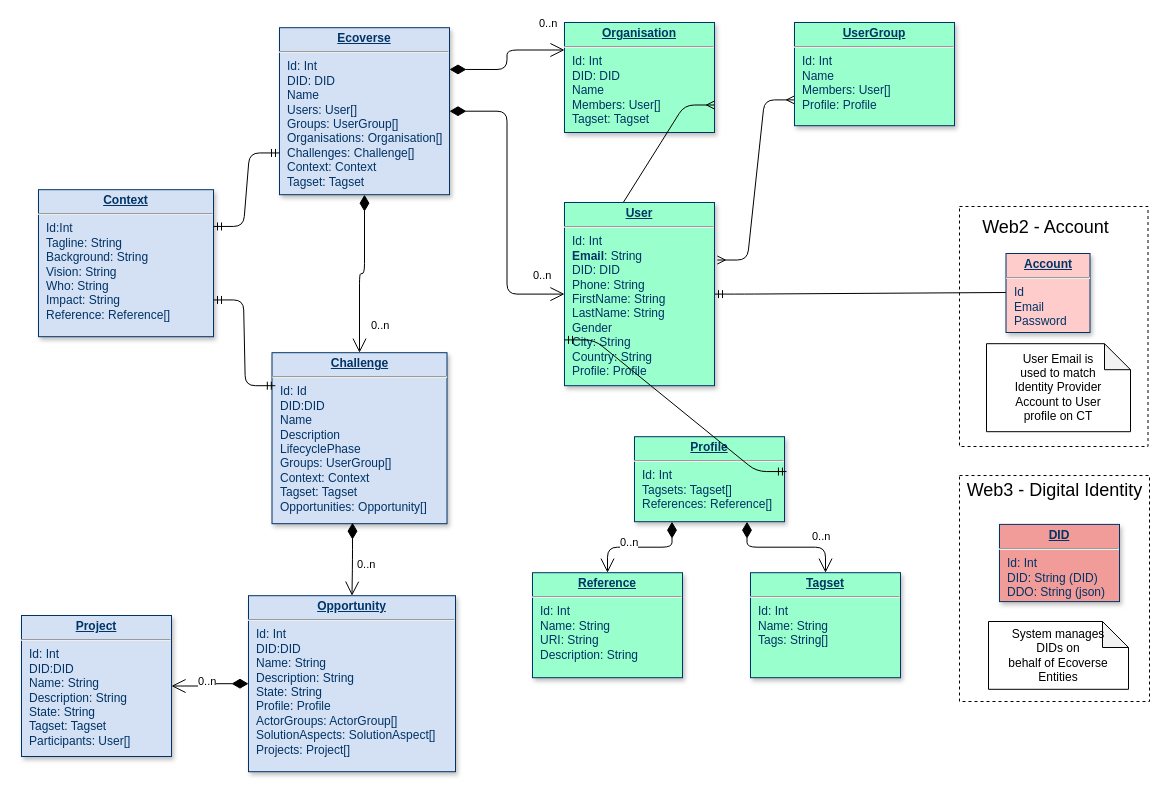
The draw.io diagram Design/LogicalDataModel.drawio in alkem-io/alkemio, before the edit. Source tidied: cells renumbered, new cells numbered last; positions are measured from the earlier drawing's top-left corner, leaving out a move shared by most shapes. Both pictures are drawn from the tidied source at 100%, with x=0, y=0 at pixel (21, 22).
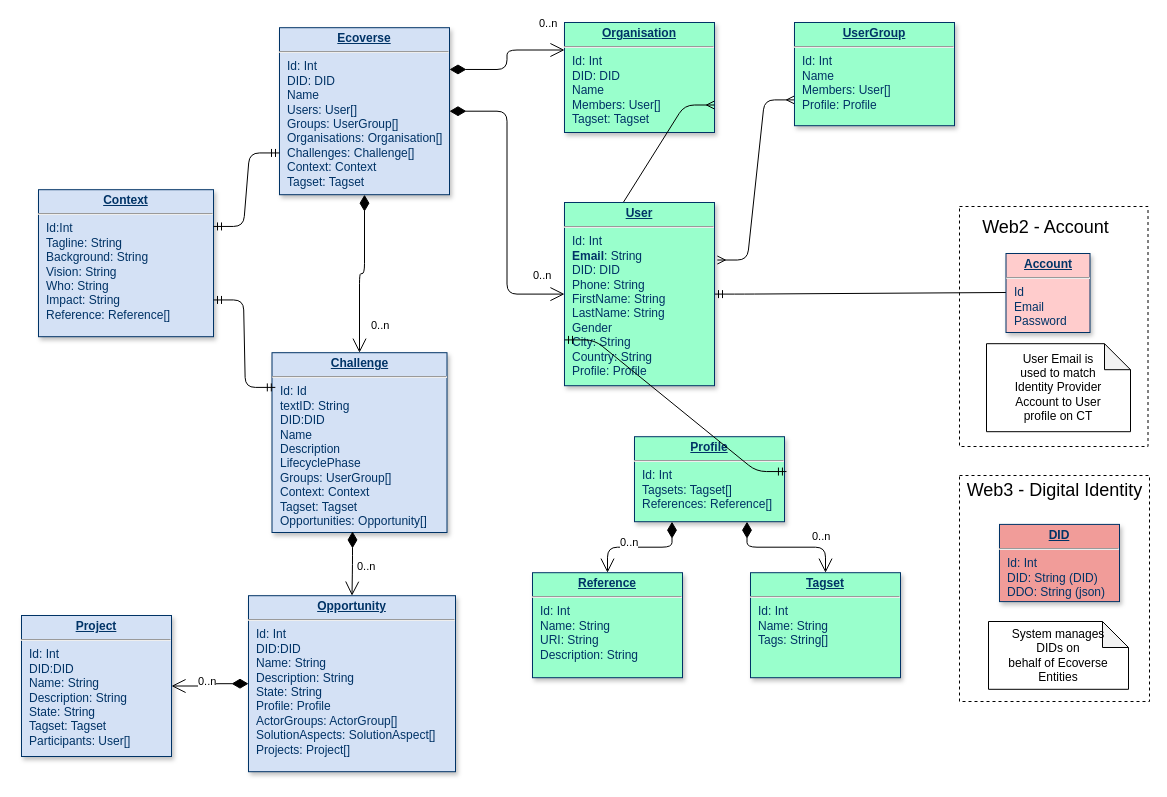
Above is the later version.

Commit message (it also covers changes not shown here):
update to add textID field to Challenge

Diff of the diagram source:
```diff
@@
-    <mxCell id="4" value="&lt;p style=&quot;margin: 0px ; margin-top: 4px ; text-align: center ; text-decoration: underline&quot;&gt;&lt;strong&gt;Challenge&lt;/strong&gt;&lt;/p&gt;&lt;hr&gt;&lt;p style=&quot;margin: 0px ; margin-left: 8px&quot;&gt;Id: Id&lt;/p&gt;&lt;p style=&quot;margin: 0px ; margin-left: 8px&quot;&gt;DID:DID&lt;/p&gt;&lt;p style=&quot;margin: 0px ; margin-left: 8px&quot;&gt;Name&lt;/p&gt;&lt;p style=&quot;margin: 0px ; margin-left: 8px&quot;&gt;Description&lt;/p&gt;&lt;p style=&quot;margin: 0px ; margin-left: 8px&quot;&gt;LifecyclePhase&lt;/p&gt;&lt;p style=&quot;margin: 0px 0px 0px 8px&quot;&gt;&lt;span&gt;Groups: UserGroup[]&lt;/span&gt;&lt;br&gt;&lt;/p&gt;&lt;p style=&quot;margin: 0px 0px 0px 8px&quot;&gt;&lt;span&gt;Context: Context&lt;/span&gt;&lt;/p&gt;&lt;p style=&quot;margin: 0px 0px 0px 8px&quot;&gt;&lt;span&gt;Tagset: Tagset&lt;/span&gt;&lt;/p&gt;&lt;p style=&quot;margin: 0px 0px 0px 8px&quot;&gt;&lt;span&gt;Opportunities: Opportunity[]&lt;/span&gt;&lt;/p&gt;&lt;div&gt;&lt;span&gt;&lt;br&gt;&lt;/span&gt;&lt;/div&gt;" style="verticalAlign=top;align=left;overflow=fill;fontSize=12;fontFamily=Helvetica;html=1;strokeColor=#003366;shadow=1;fillColor=#D4E1F5;fontColor=#003366;" parent="1" vertex="1">
-      <mxGeometry x="250.5" y="330.2" width="175" height="171" as="geometry" />
+    <mxCell id="4" value="&lt;p style=&quot;margin: 0px ; margin-top: 4px ; text-align: center ; text-decoration: underline&quot;&gt;&lt;strong&gt;Challenge&lt;/strong&gt;&lt;/p&gt;&lt;hr&gt;&lt;p style=&quot;margin: 0px ; margin-left: 8px&quot;&gt;Id: Id&lt;/p&gt;&lt;p style=&quot;margin: 0px ; margin-left: 8px&quot;&gt;textID: String&lt;/p&gt;&lt;p style=&quot;margin: 0px ; margin-left: 8px&quot;&gt;DID:DID&lt;/p&gt;&lt;p style=&quot;margin: 0px ; margin-left: 8px&quot;&gt;Name&lt;/p&gt;&lt;p style=&quot;margin: 0px ; margin-left: 8px&quot;&gt;Description&lt;/p&gt;&lt;p style=&quot;margin: 0px ; margin-left: 8px&quot;&gt;LifecyclePhase&lt;/p&gt;&lt;p style=&quot;margin: 0px 0px 0px 8px&quot;&gt;&lt;span&gt;Groups: UserGroup[]&lt;/span&gt;&lt;br&gt;&lt;/p&gt;&lt;p style=&quot;margin: 0px 0px 0px 8px&quot;&gt;&lt;span&gt;Context: Context&lt;/span&gt;&lt;/p&gt;&lt;p style=&quot;margin: 0px 0px 0px 8px&quot;&gt;&lt;span&gt;Tagset: Tagset&lt;/span&gt;&lt;/p&gt;&lt;p style=&quot;margin: 0px 0px 0px 8px&quot;&gt;&lt;span&gt;Opportunities: Opportunity[]&lt;/span&gt;&lt;/p&gt;&lt;div&gt;&lt;span&gt;&lt;br&gt;&lt;/span&gt;&lt;/div&gt;" style="verticalAlign=top;align=left;overflow=fill;fontSize=12;fontFamily=Helvetica;html=1;strokeColor=#003366;shadow=1;fillColor=#D4E1F5;fontColor=#003366;" parent="1" vertex="1">
+      <mxGeometry x="250.5" y="330.2" width="175" height="179.8" as="geometry" />
     </mxCell>
```
